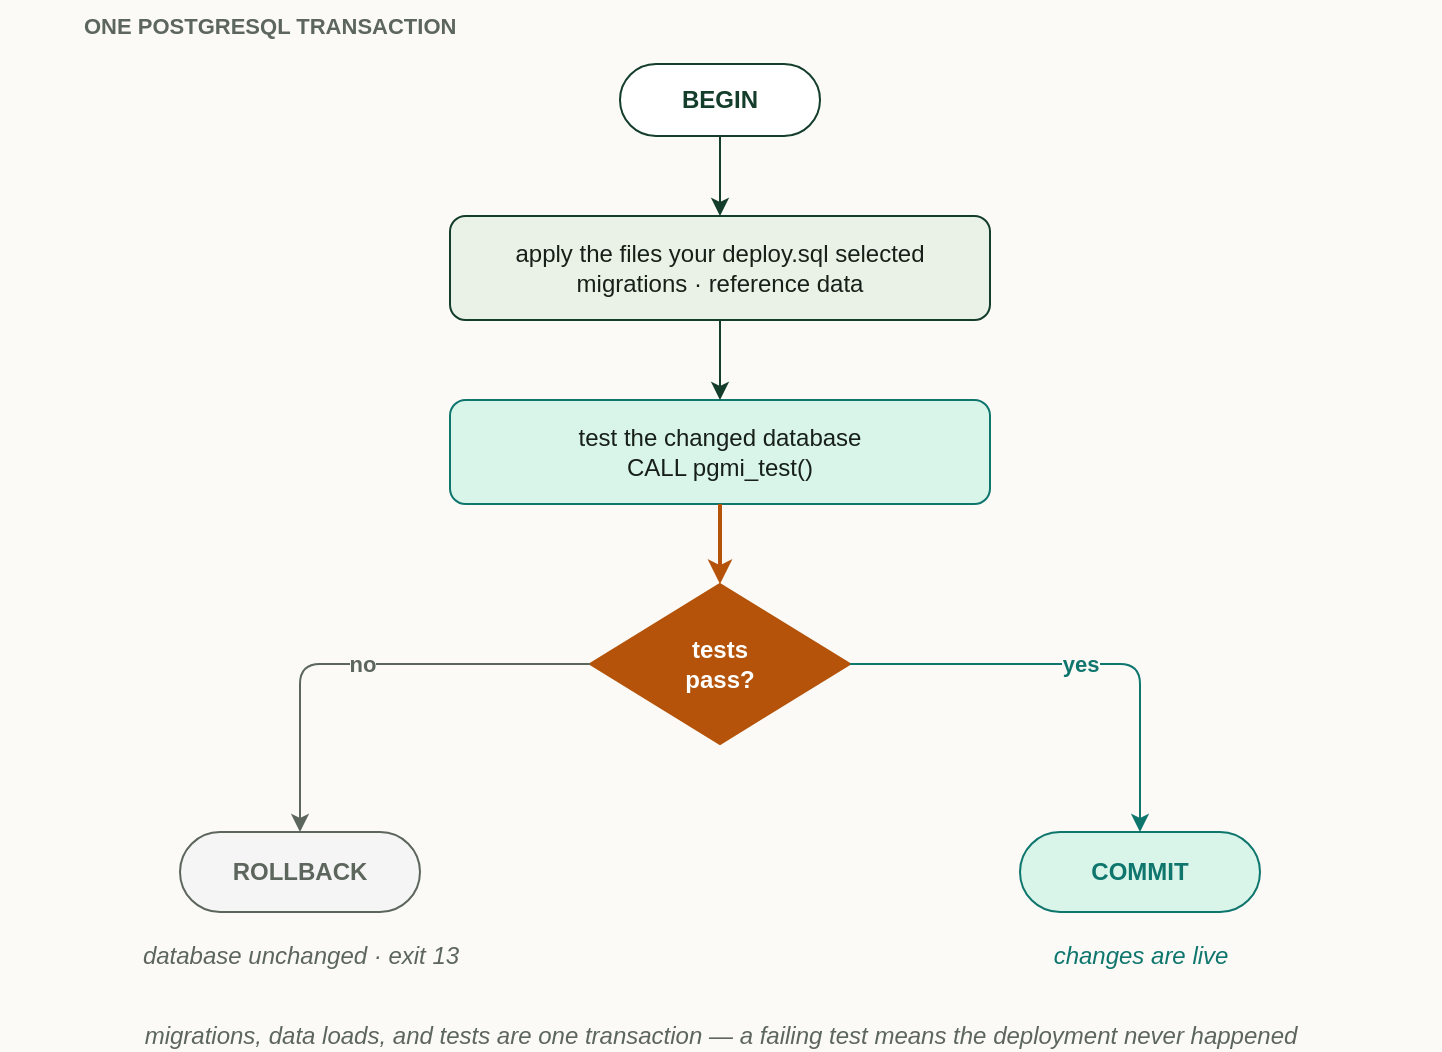
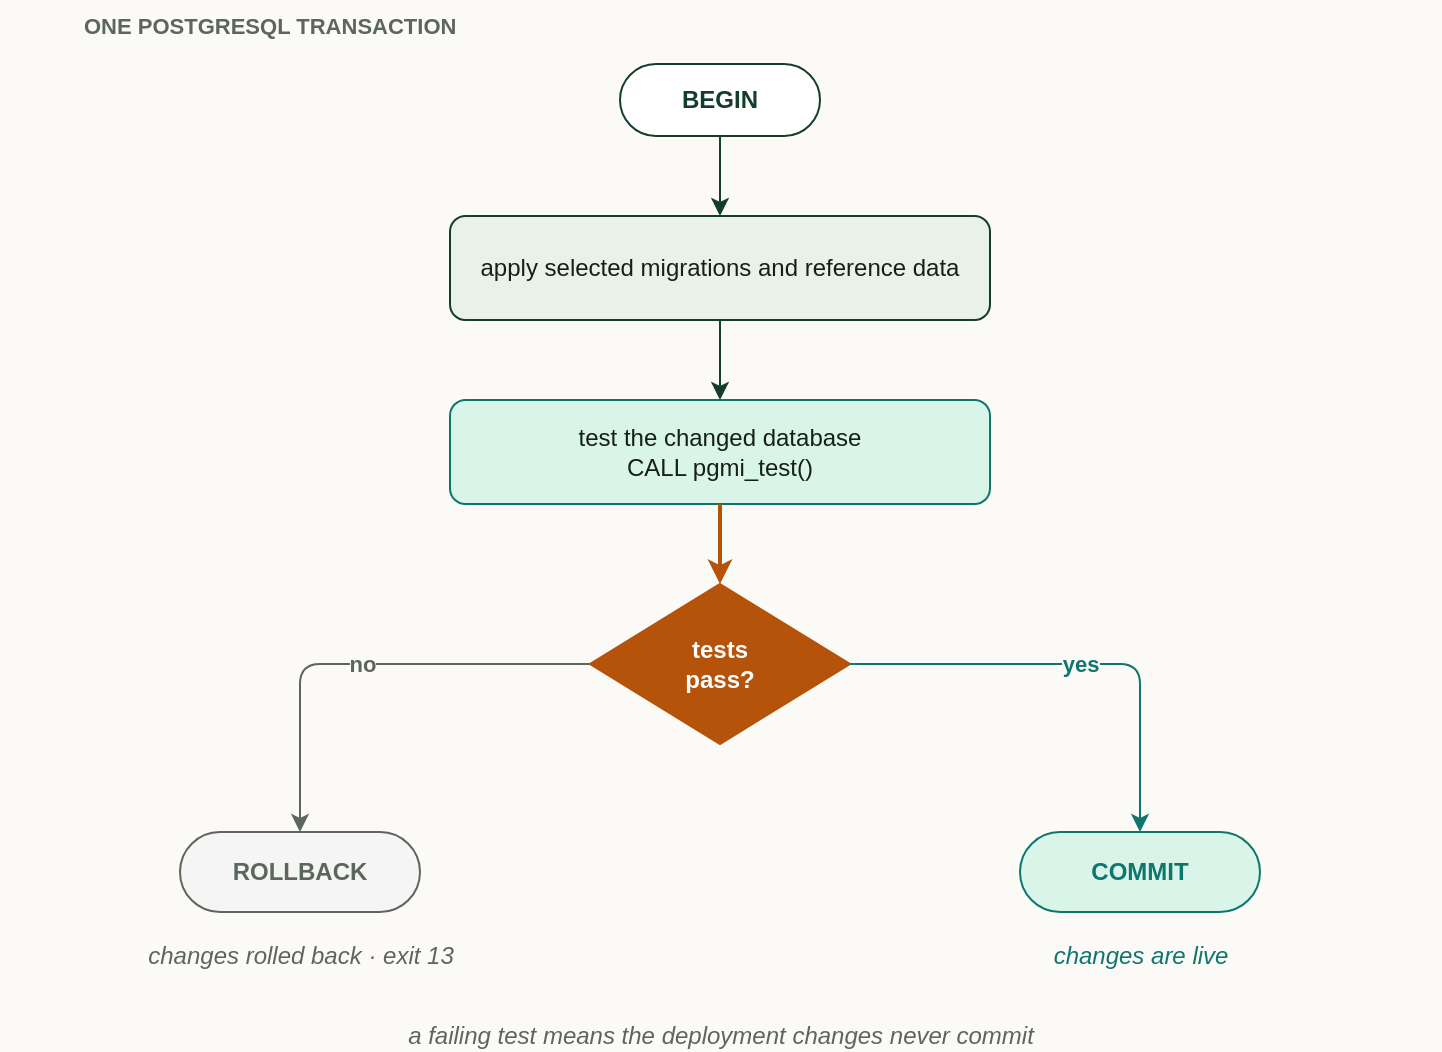
<mxGraphModel adaptiveColors="none" background="#fbfaf7" grid="0" page="1" pageWidth="720" pageHeight="560">
  <root>
    <mxCell id="0" />
    <mxCell id="1" parent="0" />
    <mxCell id="lbl" value="ONE POSTGRESQL TRANSACTION" style="text;html=1;align=left;fontStyle=1;fontSize=11;fontColor=#5d665d;" vertex="1" parent="1"><mxGeometry x="40" y="24" width="280" height="20" as="geometry" /></mxCell>
    <mxCell id="begin" value="BEGIN" style="rounded=1;arcSize=50;whiteSpace=wrap;html=1;fillColor=#ffffff;strokeColor=#143d2b;fontColor=#143d2b;fontStyle=1;fontSize=12" vertex="1" parent="1"><mxGeometry x="310" y="56" width="100" height="36" as="geometry" /></mxCell>
-     <mxCell id="a1" value="apply the files your deploy.sql selected&#10;migrations · reference data" style="rounded=1;whiteSpace=wrap;html=1;fillColor=#eaf1e7;strokeColor=#143d2b;fontColor=#172018;fontSize=12" vertex="1" parent="1"><mxGeometry x="225" y="132" width="270" height="52" as="geometry" /></mxCell>
+     <mxCell id="a1" value="apply selected migrations and reference data" style="rounded=1;whiteSpace=wrap;html=1;fillColor=#eaf1e7;strokeColor=#143d2b;fontColor=#172018;fontSize=12" vertex="1" parent="1"><mxGeometry x="225" y="132" width="270" height="52" as="geometry" /></mxCell>
    <mxCell id="a2" value="test the changed database&#10;CALL pgmi_test()" style="rounded=1;whiteSpace=wrap;html=1;fillColor=#d9f4e8;strokeColor=#0f766e;fontColor=#172018;fontSize=12" vertex="1" parent="1"><mxGeometry x="225" y="224" width="270" height="52" as="geometry" /></mxCell>
    <mxCell id="gate" value="tests&#10;pass?" style="rhombus;whiteSpace=wrap;html=1;fillColor=#b45309;strokeColor=#b45309;fontColor=#ffffff;fontStyle=1;fontSize=12" vertex="1" parent="1"><mxGeometry x="295" y="316" width="130" height="80" as="geometry" /></mxCell>
    <mxCell id="commit" value="COMMIT" style="rounded=1;arcSize=50;whiteSpace=wrap;html=1;fillColor=#d9f4e8;strokeColor=#0f766e;fontColor=#0f766e;fontStyle=1;fontSize=12" vertex="1" parent="1"><mxGeometry x="510" y="440" width="120" height="40" as="geometry" /></mxCell>
    <mxCell id="rollback" value="ROLLBACK" style="rounded=1;arcSize=50;whiteSpace=wrap;html=1;fillColor=#f5f5f5;strokeColor=#5d665d;fontColor=#5d665d;fontStyle=1;fontSize=12" vertex="1" parent="1"><mxGeometry x="90" y="440" width="120" height="40" as="geometry" /></mxCell>
    <mxCell id="capC" value="changes are live" style="text;html=1;align=center;fontStyle=2;fontSize=12;fontColor=#0f766e;" vertex="1" parent="1"><mxGeometry x="490" y="488" width="160" height="20" as="geometry" /></mxCell>
-     <mxCell id="capR" value="database unchanged · exit 13" style="text;html=1;align=center;fontStyle=2;fontSize=12;fontColor=#5d665d;" vertex="1" parent="1"><mxGeometry x="60" y="488" width="180" height="20" as="geometry" /></mxCell>
+     <mxCell id="capR" value="changes rolled back · exit 13" style="text;html=1;align=center;fontStyle=2;fontSize=12;fontColor=#5d665d;" vertex="1" parent="1"><mxGeometry x="60" y="488" width="180" height="20" as="geometry" /></mxCell>
    <mxCell id="e1" style="html=1;endArrow=classic;strokeColor=#143d2b;exitX=0.5;exitY=1;entryX=0.5;entryY=0" edge="1" parent="1" source="begin" target="a1"><mxGeometry relative="1" as="geometry" /></mxCell>
    <mxCell id="e2" style="html=1;endArrow=classic;strokeColor=#143d2b;exitX=0.5;exitY=1;entryX=0.5;entryY=0" edge="1" parent="1" source="a1" target="a2"><mxGeometry relative="1" as="geometry" /></mxCell>
    <mxCell id="e3" style="html=1;endArrow=classic;strokeColor=#b45309;strokeWidth=2;exitX=0.5;exitY=1;entryX=0.5;entryY=0" edge="1" parent="1" source="a2" target="gate"><mxGeometry relative="1" as="geometry" /></mxCell>
    <mxCell id="e4" value="yes" style="html=1;endArrow=classic;strokeColor=#0f766e;fontColor=#0f766e;fontStyle=1;fontSize=11;labelBackgroundColor=#fbfaf7;edgeStyle=orthogonalEdgeStyle;rounded=1;exitX=1;exitY=0.5;entryX=0.5;entryY=0" edge="1" parent="1" source="gate" target="commit"><mxGeometry relative="1" as="geometry"><Array as="points"><mxPoint x="570" y="356" /></Array></mxGeometry></mxCell>
    <mxCell id="e5" value="no" style="html=1;endArrow=classic;strokeColor=#5d665d;fontColor=#5d665d;fontStyle=1;fontSize=11;labelBackgroundColor=#fbfaf7;edgeStyle=orthogonalEdgeStyle;rounded=1;exitX=0;exitY=0.5;entryX=0.5;entryY=0" edge="1" parent="1" source="gate" target="rollback"><mxGeometry relative="1" as="geometry"><Array as="points"><mxPoint x="150" y="356" /></Array></mxGeometry></mxCell>
-     <mxCell id="cap" value="migrations, data loads, and tests are one transaction — a failing test means the deployment never happened" style="text;html=1;align=center;fontStyle=2;fontSize=12;fontColor=#5d665d;" vertex="1" parent="1"><mxGeometry x="0" y="528" width="720" height="20" as="geometry" /></mxCell>
+     <mxCell id="cap" value="a failing test means the deployment changes never commit" style="text;html=1;align=center;fontStyle=2;fontSize=12;fontColor=#5d665d;" vertex="1" parent="1"><mxGeometry x="0" y="528" width="720" height="20" as="geometry" /></mxCell>
  </root>
</mxGraphModel>
